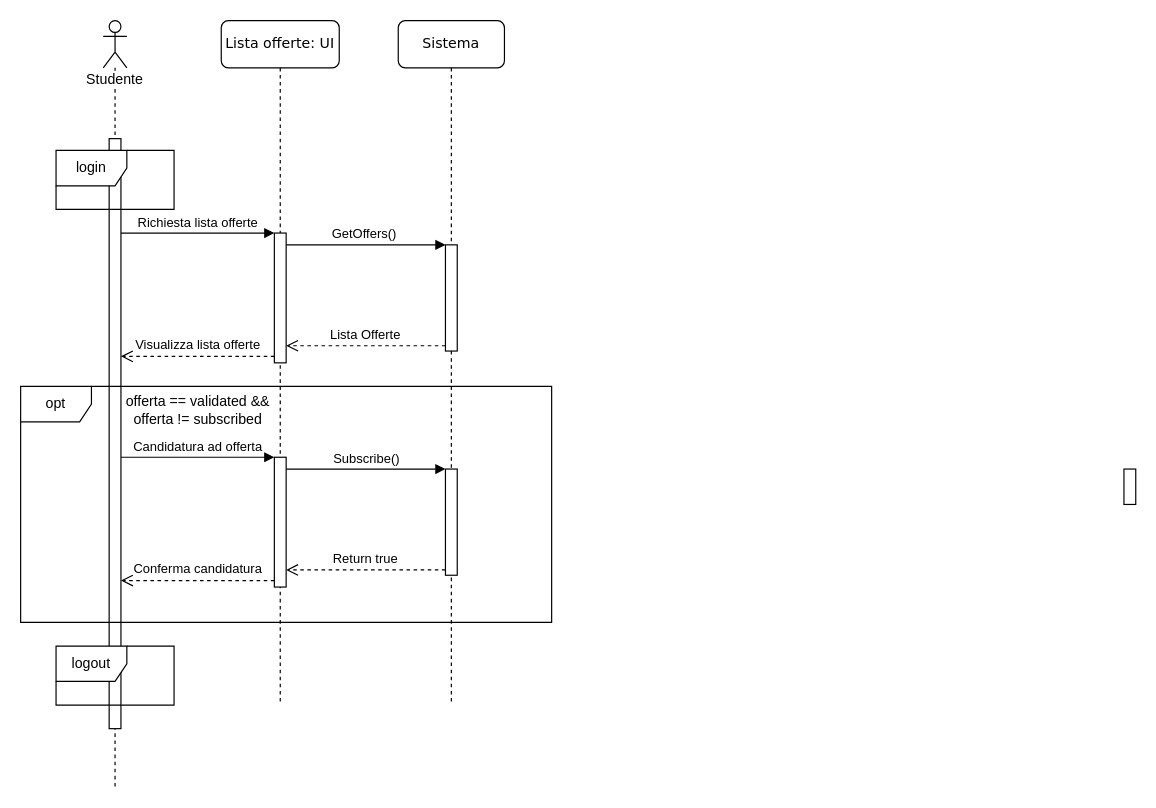
This is SequenceDiagramCandidatura.drawio from superbus41/Progetto, a draw.io file, before an edit. Source tidied: cells renumbered, new cells numbered last; positions are measured from the earlier drawing's top-left corner, leaving out a move shared by most shapes. Both pictures are drawn from the tidied source at 118%, with x=0, y=0 at pixel (20, 20).
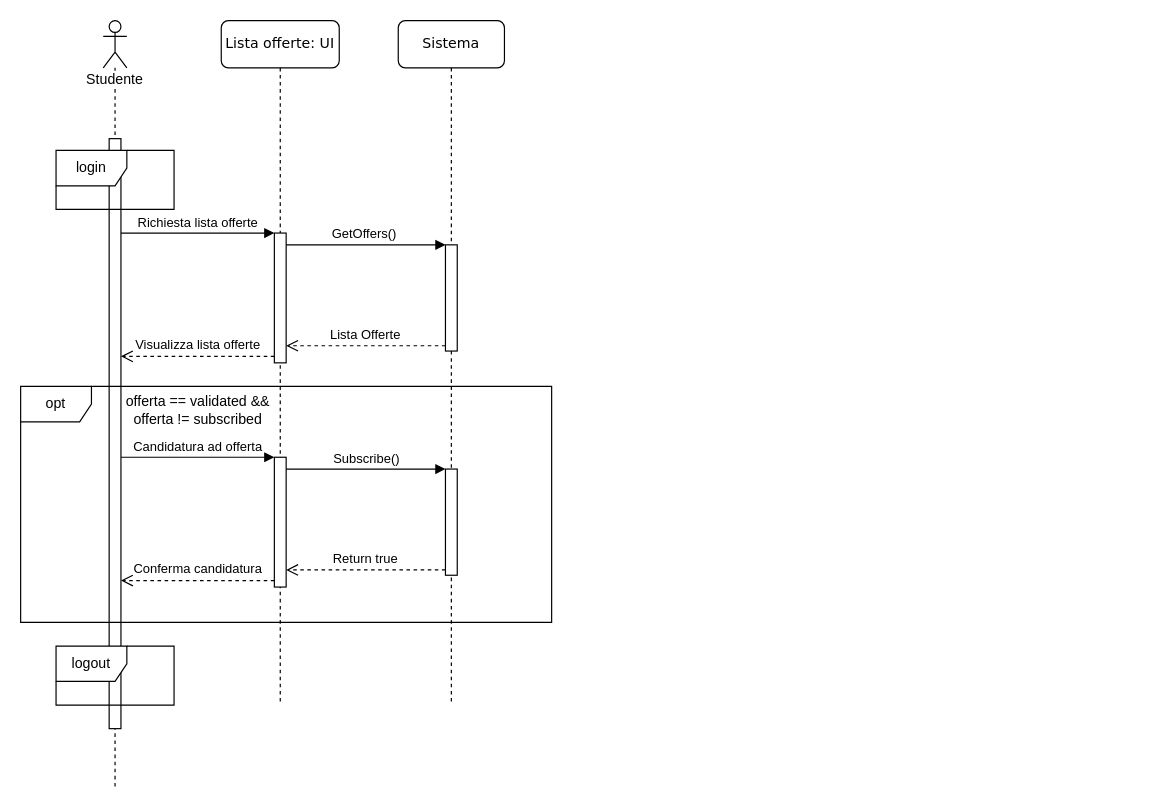
The same page after the edit.

Change to the diagram source:
```diff
@@
-    <mxCell id="8" style="html=1;perimeter=orthogonalPerimeter;rounded=0;shadow=0;comic=0;labelBackgroundColor=none;strokeColor=#000000;strokeWidth=1;fillColor=#FFFFFF;fontFamily=Verdana;fontSize=12;fontColor=#000000;align=center;" parent="1" vertex="1">
-      <mxGeometry x="935" y="380" width="10" height="30" as="geometry" />
-    </mxCell>
```
